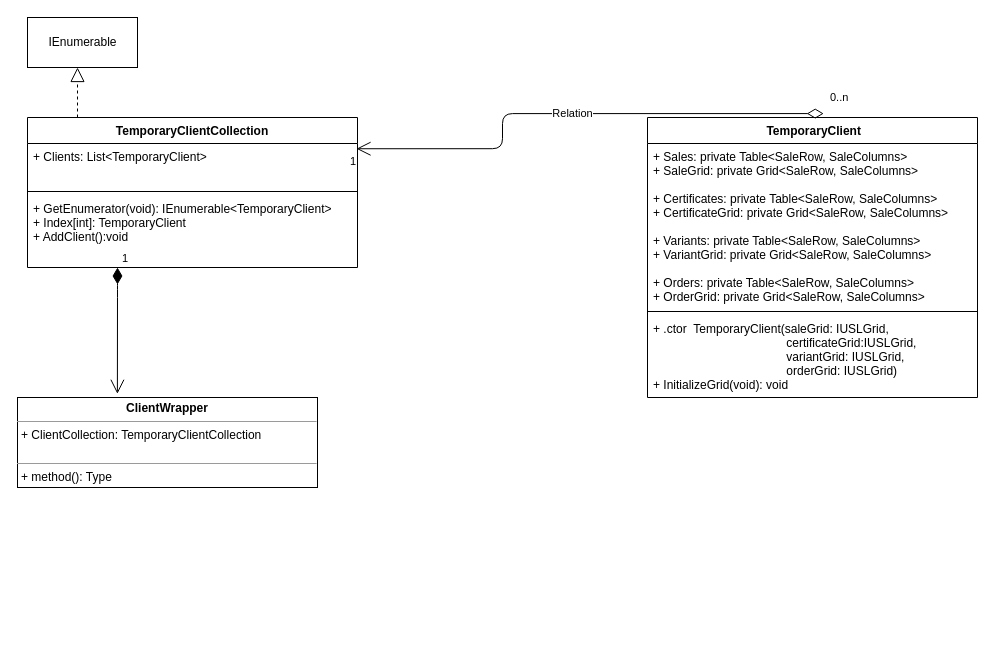
Earlier version of the draw.io diagram Untitled Diagram.drawio (Constantine1992/Diagrams). Source tidied: cells renumbered, new cells numbered last; positions are measured from the earlier drawing's top-left corner, leaving out a move shared by most shapes. Both pictures are drawn from the tidied source at 100%, with x=0, y=0 at pixel (17, 17).
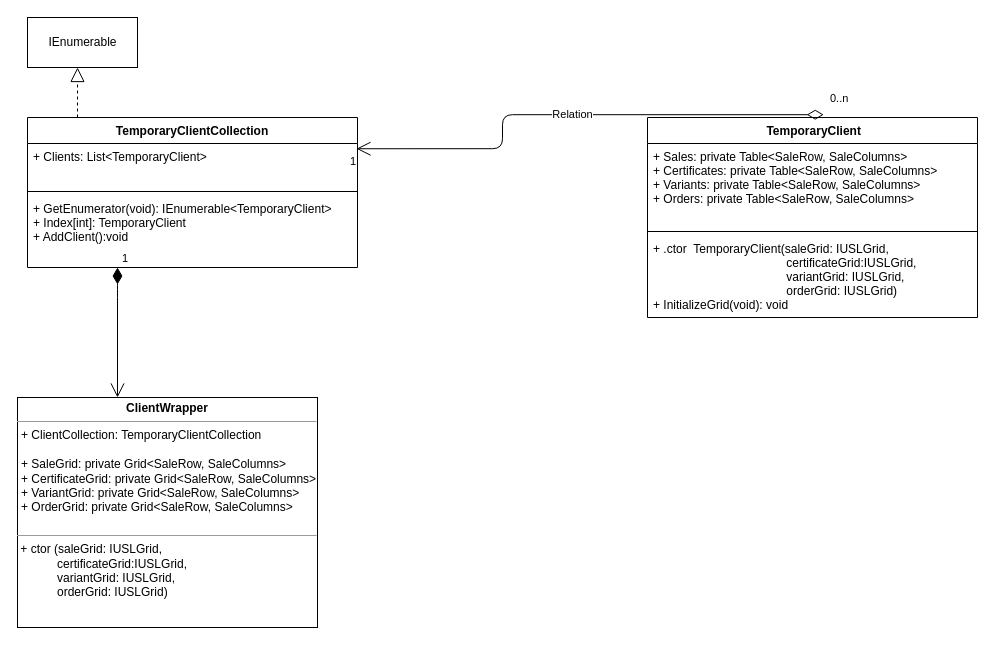
Above is the later version.

Unchanged cells that the change refers to:
```xml
<mxCell id="2" value="TemporaryClientCollection" style="swimlane;fontStyle=1;align=center;verticalAlign=top;horizontal=1;startSize=26;" parent="1" vertex="1">
  <mxGeometry x="10" y="100" width="330" height="150" as="geometry" />
</mxCell>
```

Change to the diagram source:
```diff
@@
-    <mxCell id="6" value="1" style="endArrow=open;html=1;endSize=12;startArrow=diamondThin;startSize=14;startFill=1;edgeStyle=orthogonalEdgeStyle;align=left;verticalAlign=bottom;entryX=0.333;entryY=-0.041;entryDx=0;entryDy=0;entryPerimeter=0;" parent="2" edge="1" target="16">
+    <mxCell id="6" value="1" style="endArrow=open;html=1;endSize=12;startArrow=diamondThin;startSize=14;startFill=1;edgeStyle=orthogonalEdgeStyle;align=left;verticalAlign=bottom;" parent="2" edge="1">
       <mxGeometry x="-1" y="3" relative="1" as="geometry">
         <mxPoint x="90" y="150" as="sourcePoint" />
+        <mxPoint x="90" y="280" as="targetPoint" />
         <Array as="points">
           <mxPoint x="90" y="170" />
           <mxPoint x="90" y="170" />
         </Array>
       </mxGeometry>
     </mxCell>
@@
     <mxCell id="9" value=" TemporaryClient" style="swimlane;fontStyle=1;align=center;verticalAlign=top;horizontal=1;startSize=26;" parent="1" vertex="1">
-      <mxGeometry x="630" y="100" width="330" height="280" as="geometry" />
+      <mxGeometry x="630" y="100" width="330" height="200" as="geometry" />
     </mxCell>
-    <mxCell id="10" value="+ Sales: private Table&lt;SaleRow, SaleColumns&gt;&#10;+ SaleGrid: private Grid&lt;SaleRow, SaleColumns&gt;&#10;&#10;+ Certificates: private Table&lt;SaleRow, SaleColumns&gt;&#10;+ CertificateGrid: private Grid&lt;SaleRow, SaleColumns&gt;&#10;&#10;+ Variants: private Table&lt;SaleRow, SaleColumns&gt;&#10;+ VariantGrid: private Grid&lt;SaleRow, SaleColumns&gt;&#10;&#10;+ Orders: private Table&lt;SaleRow, SaleColumns&gt;&#10;+ OrderGrid: private Grid&lt;SaleRow, SaleColumns&gt;&#10;&#10;" style="text;strokeColor=none;fillColor=none;align=left;verticalAlign=top;spacingLeft=4;spacingRight=4;overflow=hidden;" parent="9" vertex="1">
-      <mxGeometry y="26" width="330" height="164" as="geometry" />
+    <mxCell id="10" value="+ Sales: private Table&lt;SaleRow, SaleColumns&gt;&#10;+ Certificates: private Table&lt;SaleRow, SaleColumns&gt;&#10;+ Variants: private Table&lt;SaleRow, SaleColumns&gt;&#10;+ Orders: private Table&lt;SaleRow, SaleColumns&gt;&#10;&#10;" style="text;strokeColor=none;fillColor=none;align=left;verticalAlign=top;spacingLeft=4;spacingRight=4;overflow=hidden;" parent="9" vertex="1">
+      <mxGeometry y="26" width="330" height="84" as="geometry" />
     </mxCell>
     <mxCell id="11" style="line;strokeWidth=1;fillColor=none;align=left;verticalAlign=middle;spacingTop=-1;spacingLeft=3;spacingRight=3;labelPosition=right;" parent="9" vertex="1">
-      <mxGeometry y="190" width="330" height="8" as="geometry" />
+      <mxGeometry y="110" width="330" height="8" as="geometry" />
     </mxCell>
     <mxCell id="12" value="+ .ctor  TemporaryClient(saleGrid: IUSLGrid,  &#10;                                        certificateGrid:IUSLGrid,&#10;                                        variantGrid: IUSLGrid,&#10;                                        orderGrid: IUSLGrid)&#10;+ InitializeGrid(void): void" style="text;strokeColor=none;fillColor=none;align=left;verticalAlign=top;spacingLeft=4;spacingRight=4;overflow=hidden;" parent="9" vertex="1">
-      <mxGeometry y="198" width="330" height="82" as="geometry" />
+      <mxGeometry y="118" width="330" height="82" as="geometry" />
     </mxCell>
@@
-    <mxCell id="16" value="&lt;p style=&quot;margin: 0px ; margin-top: 4px ; text-align: center&quot;&gt;&lt;b&gt;ClientWrapper&lt;/b&gt;&lt;/p&gt;&lt;hr size=&quot;1&quot;&gt;&lt;p style=&quot;margin: 0px ; margin-left: 4px&quot;&gt;+ ClientCollection: TemporaryClientCollection&lt;/p&gt;&lt;br&gt;&lt;hr size=&quot;1&quot;&gt;&lt;p style=&quot;margin: 0px ; margin-left: 4px&quot;&gt;+ method(): Type&lt;/p&gt;" style="verticalAlign=top;align=left;overflow=fill;fontSize=12;fontFamily=Helvetica;html=1;" parent="1" vertex="1">
-      <mxGeometry y="380" width="300" height="90" as="geometry" />
+    <mxCell id="16" value="&lt;p style=&quot;margin: 0px ; margin-top: 4px ; text-align: center&quot;&gt;&lt;b&gt;ClientWrapper&lt;/b&gt;&lt;/p&gt;&lt;hr size=&quot;1&quot;&gt;&lt;p style=&quot;margin: 0px ; margin-left: 4px&quot;&gt;+ ClientCollection: TemporaryClientCollection&lt;/p&gt;&lt;p style=&quot;margin: 0px ; margin-left: 4px&quot;&gt;&lt;br&gt;&lt;/p&gt;&lt;p style=&quot;margin: 0px ; margin-left: 4px&quot;&gt;+ SaleGrid: private&amp;nbsp;Grid&amp;lt;SaleRow, SaleColumns&amp;gt;&lt;br&gt;&lt;/p&gt;&lt;p style=&quot;margin: 0px ; margin-left: 4px&quot;&gt;+ CertificateGrid: private&amp;nbsp;Grid&amp;lt;SaleRow, SaleColumns&amp;gt;&lt;br&gt;&lt;/p&gt;&lt;p style=&quot;margin: 0px ; margin-left: 4px&quot;&gt;+ VariantGrid: private&amp;nbsp;Grid&amp;lt;SaleRow, SaleColumns&amp;gt;&lt;br&gt;&lt;/p&gt;&lt;p style=&quot;margin: 0px ; margin-left: 4px&quot;&gt;+ OrderGrid: private&amp;nbsp;Grid&amp;lt;SaleRow, SaleColumns&amp;gt;&lt;br&gt;&lt;/p&gt;&lt;br&gt;&lt;hr size=&quot;1&quot;&gt;&lt;p style=&quot;margin: 0px ; margin-left: 4px&quot;&gt;&lt;/p&gt;&amp;nbsp;+ ctor (saleGrid: IUSLGrid,&amp;nbsp;&amp;nbsp;&lt;br style=&quot;padding: 0px ; margin: 0px&quot;&gt;&amp;nbsp; &amp;nbsp; &amp;nbsp; &amp;nbsp; &amp;nbsp; &amp;nbsp; certificateGrid:IUSLGrid,&lt;br style=&quot;padding: 0px ; margin: 0px&quot;&gt;&amp;nbsp; &amp;nbsp; &amp;nbsp; &amp;nbsp; &amp;nbsp; &amp;nbsp; variantGrid: IUSLGrid,&lt;br style=&quot;padding: 0px ; margin: 0px&quot;&gt;&amp;nbsp; &amp;nbsp; &amp;nbsp; &amp;nbsp; &amp;nbsp; &amp;nbsp; orderGrid: IUSLGrid)" style="verticalAlign=top;align=left;overflow=fill;fontSize=12;fontFamily=Helvetica;html=1;" parent="1" vertex="1">
+      <mxGeometry y="380" width="300" height="230" as="geometry" />
     </mxCell>
```
